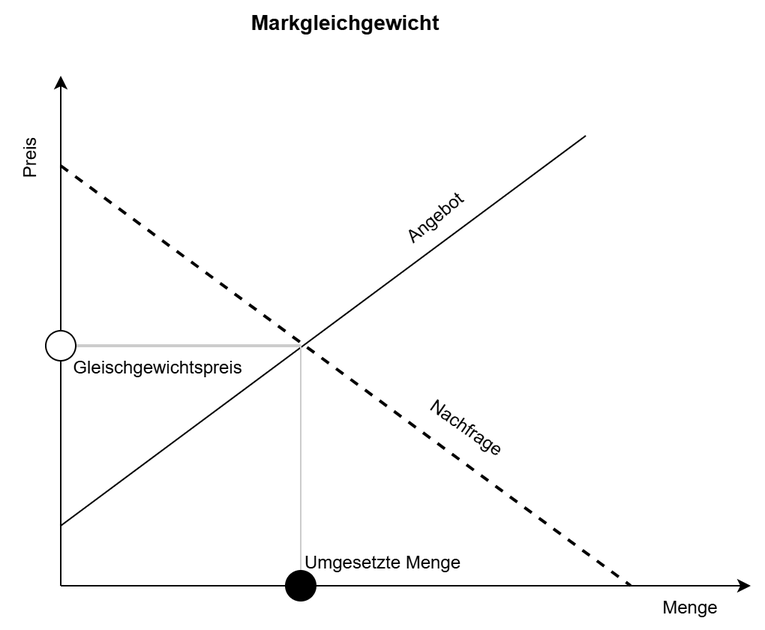
Before: frage_id_28_Marktgleichgewicht.png, a diagram exported from draw.io (ShamelJij/ap1_zufall_fragen). Source tidied: cells renumbered, new cells last; positions are measured from the earlier drawing's top-left corner, leaving out a move shared by most shapes. Its diagram source:
```xml
<mxGraphModel>
  <root>
    <mxCell id="0" />
    <mxCell id="1" parent="0" />
    <mxCell id="2" style="rounded=0;whiteSpace=wrap;html=1;strokeColor=none;" parent="1" vertex="1">
      <mxGeometry x="10" width="510" height="420" as="geometry" />
    </mxCell>
    <mxCell id="3" style="endArrow=classic;html=1;rounded=0;" parent="1" edge="1">
      <mxGeometry relative="1" as="geometry">
        <mxPoint x="50" y="390" as="sourcePoint" />
        <mxPoint x="510" y="390" as="targetPoint" />
      </mxGeometry>
    </mxCell>
    <mxCell id="4" style="endArrow=classic;html=1;rounded=0;" parent="1" edge="1" source="12">
      <mxGeometry relative="1" as="geometry">
        <mxPoint x="50" y="50" as="targetPoint" />
      </mxGeometry>
    </mxCell>
    <mxCell id="5" style="endArrow=none;html=1;rounded=0;" parent="1" edge="1">
      <mxGeometry relative="1" as="geometry">
        <mxPoint x="50" y="350" as="sourcePoint" />
        <mxPoint x="400" y="90" as="targetPoint" />
      </mxGeometry>
    </mxCell>
    <mxCell id="6" style="endArrow=none;dashed=1;html=1;strokeWidth=2;rounded=0;" parent="1" edge="1">
      <mxGeometry relative="1" as="geometry">
        <mxPoint x="50" y="110" as="sourcePoint" />
        <mxPoint x="430" y="390" as="targetPoint" />
      </mxGeometry>
    </mxCell>
    <mxCell id="7" style="endArrow=none;html=1;rounded=0;strokeColor=#CCCCCC;" parent="1" edge="1" source="14">
      <mxGeometry relative="1" as="geometry">
        <mxPoint x="210" y="230" as="targetPoint" />
      </mxGeometry>
    </mxCell>
    <mxCell id="8" style="endArrow=none;html=1;rounded=0;strokeWidth=2;strokeColor=#CCCCCC;" parent="1" edge="1">
      <mxGeometry relative="1" as="geometry">
        <mxPoint x="210" y="230" as="sourcePoint" />
        <mxPoint x="50" y="230" as="targetPoint" />
      </mxGeometry>
    </mxCell>
    <mxCell id="9" value="Preis" style="text;html=1;align=center;verticalAlign=middle;whiteSpace=wrap;rounded=0;rotation=-90;" parent="1" vertex="1">
      <mxGeometry y="90" width="60" height="30" as="geometry" />
    </mxCell>
    <mxCell id="10" value="Menge" style="text;html=1;align=center;verticalAlign=middle;whiteSpace=wrap;rounded=0;" parent="1" vertex="1">
      <mxGeometry x="440" y="390" width="60" height="30" as="geometry" />
    </mxCell>
    <mxCell id="11" style="endArrow=none;html=1;rounded=0;endFill=0;" parent="1" edge="1" target="12">
      <mxGeometry relative="1" as="geometry">
        <mxPoint x="50" y="390" as="sourcePoint" />
      </mxGeometry>
    </mxCell>
    <mxCell id="12" style="ellipse;whiteSpace=wrap;html=1;" parent="1" vertex="1">
      <mxGeometry x="40" y="220" width="20" height="20" as="geometry" />
    </mxCell>
    <mxCell id="13" style="endArrow=none;html=1;rounded=0;" parent="1" edge="1" target="14">
      <mxGeometry relative="1" as="geometry">
        <mxPoint x="210" y="390" as="sourcePoint" />
      </mxGeometry>
    </mxCell>
    <mxCell id="14" style="ellipse;whiteSpace=wrap;html=1;fillColor=#000000;" parent="1" vertex="1">
      <mxGeometry x="200" y="380" width="20" height="20" as="geometry" />
    </mxCell>
    <mxCell id="15" value="Angebot" style="text;html=1;align=center;verticalAlign=middle;whiteSpace=wrap;rounded=0;rotation=-40;" parent="1" vertex="1">
      <mxGeometry x="270" y="130" width="60" height="30" as="geometry" />
    </mxCell>
    <mxCell id="16" value="Nachfrage" style="text;html=1;align=center;verticalAlign=middle;whiteSpace=wrap;rounded=0;rotation=35;" parent="1" vertex="1">
      <mxGeometry x="290.5" y="270" width="60" height="30" as="geometry" />
    </mxCell>
    <mxCell id="17" value="Markgleichgewicht" style="text;html=1;align=center;verticalAlign=middle;whiteSpace=wrap;rounded=0;strokeWidth=1;fontSize=14;fontStyle=1;" parent="1" vertex="1">
      <mxGeometry x="210" width="60" height="30" as="geometry" />
    </mxCell>
    <mxCell id="18" value="Umgesetzte Menge" style="text;html=1;align=center;verticalAlign=middle;whiteSpace=wrap;rounded=0;" parent="1" vertex="1">
      <mxGeometry x="210" y="360" width="110" height="30" as="geometry" />
    </mxCell>
    <mxCell id="19" value="Gleischgewichtspreis" style="text;html=1;align=center;verticalAlign=middle;whiteSpace=wrap;rounded=0;" parent="1" vertex="1">
      <mxGeometry x="60" y="230" width="110" height="30" as="geometry" />
    </mxCell>
  </root>
</mxGraphModel>
```
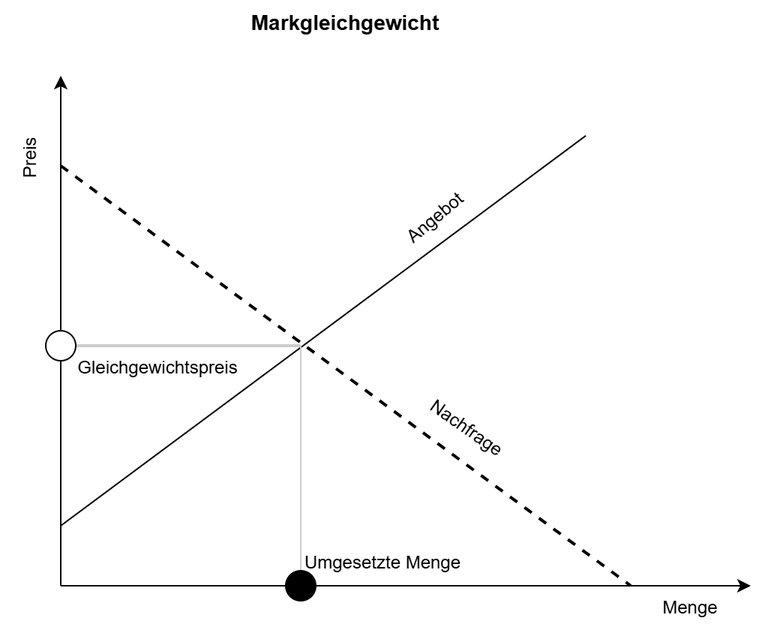
Later version of the same file.

Diff of the diagram source:
```diff
@@ -73,7 +73,7 @@
     <mxCell id="18" value="Umgesetzte Menge" style="text;html=1;align=center;verticalAlign=middle;whiteSpace=wrap;rounded=0;" parent="1" vertex="1">
       <mxGeometry x="210" y="360" width="110" height="30" as="geometry" />
     </mxCell>
-    <mxCell id="19" value="Gleischgewichtspreis" style="text;html=1;align=center;verticalAlign=middle;whiteSpace=wrap;rounded=0;" parent="1" vertex="1">
+    <mxCell id="19" value="Gleichgewichtspreis" style="text;html=1;align=center;verticalAlign=middle;whiteSpace=wrap;rounded=0;" parent="1" vertex="1">
       <mxGeometry x="60" y="230" width="110" height="30" as="geometry" />
     </mxCell>
   </root>
```
